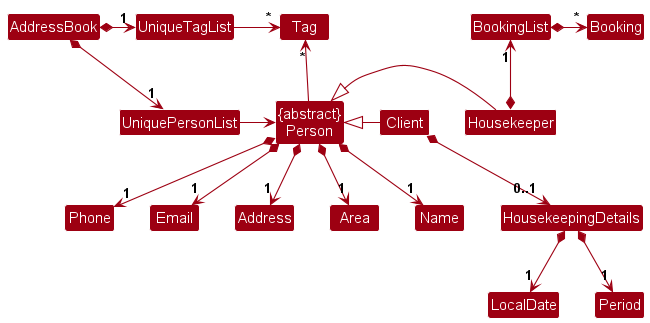
This is docs/images/BetterModelClassDiagram.png from LimZiJia/tp, a PlantUML export, as it was before one commit.
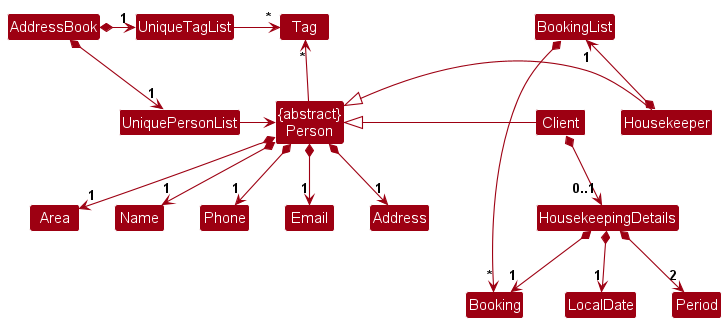
After the commit.

Diff of the diagram source:
```diff
@@ -28,7 +28,8 @@
 Person *--> "1" Area
 
 HousekeepingDetails *--> "1" LocalDate
-HousekeepingDetails *--> "1" Period
+HousekeepingDetails *--> "2" Period
+HousekeepingDetails *--> "1" Booking
 
 BookingList *-right-> "*" Booking
 
```
